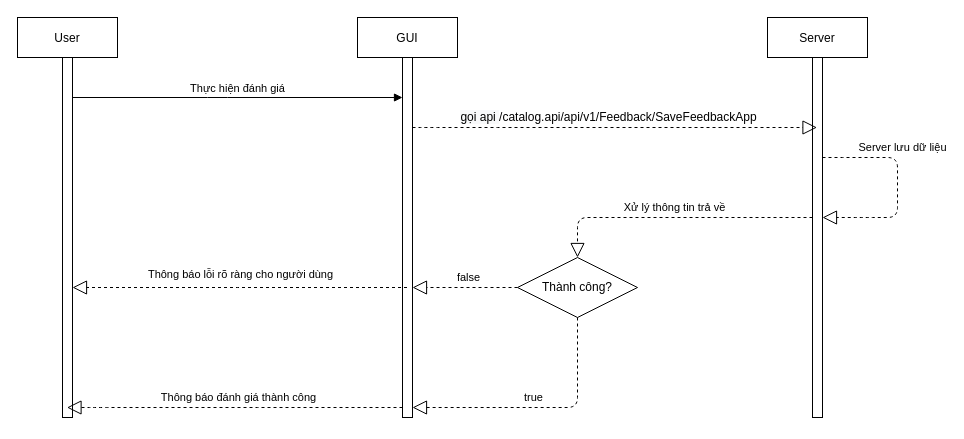
Alars99/diagram keeps this draw.io diagram as page "Rating" (4 of 4) of OrderManagement Diagram.drawio. Above is the earlier version. Source tidied: cells renumbered, new cells numbered last; positions are measured from the earlier drawing's top-left corner, leaving out a move shared by most shapes. Both pictures are drawn from the tidied source at 100%, with x=0, y=0 at pixel (17, 17).
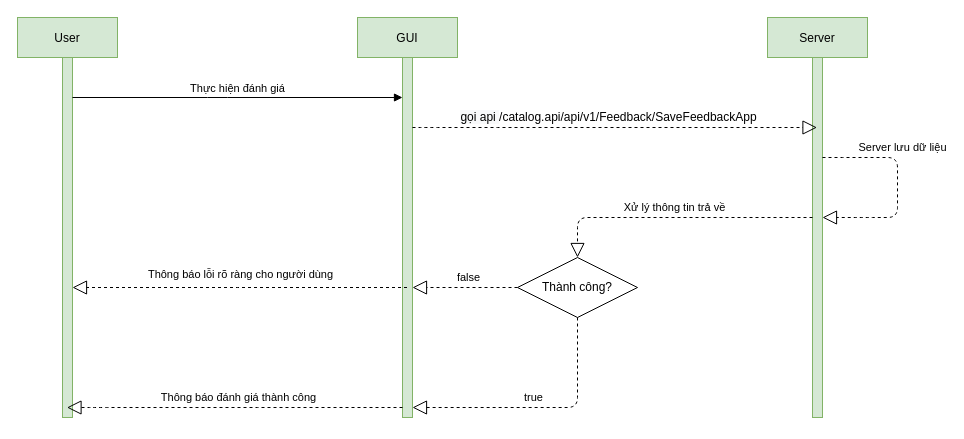
Above is the later version.

The edit, as a diff of the source:
```diff
@@
-    <mxCell id="2" value="User" style="shape=umlLifeline;perimeter=lifelinePerimeter;rounded=0;shadow=0;strokeWidth=1;" parent="1" vertex="1">
+    <mxCell id="2" value="User" style="shape=umlLifeline;perimeter=lifelinePerimeter;rounded=0;shadow=0;strokeWidth=1;fillColor=#d5e8d4;strokeColor=#82b366;" parent="1" vertex="1">
       <mxGeometry width="100" height="400" as="geometry" />
     </mxCell>
-    <mxCell id="3" style="points=[];perimeter=orthogonalPerimeter;rounded=0;shadow=0;strokeWidth=1;" parent="2" vertex="1">
+    <mxCell id="3" style="points=[];perimeter=orthogonalPerimeter;rounded=0;shadow=0;strokeWidth=1;fillColor=#d5e8d4;strokeColor=#82b366;" parent="2" vertex="1">
       <mxGeometry x="45" y="40" width="10" height="360" as="geometry" />
     </mxCell>
-    <mxCell id="4" value="GUI" style="shape=umlLifeline;perimeter=lifelinePerimeter;rounded=0;shadow=0;strokeWidth=1;" parent="1" vertex="1">
+    <mxCell id="4" value="GUI" style="shape=umlLifeline;perimeter=lifelinePerimeter;rounded=0;shadow=0;strokeWidth=1;fillColor=#d5e8d4;strokeColor=#82b366;" parent="1" vertex="1">
       <mxGeometry x="340" width="100" height="400" as="geometry" />
     </mxCell>
-    <mxCell id="5" style="points=[];perimeter=orthogonalPerimeter;rounded=0;shadow=0;strokeWidth=1;" parent="4" vertex="1">
+    <mxCell id="5" style="points=[];perimeter=orthogonalPerimeter;rounded=0;shadow=0;strokeWidth=1;fillColor=#d5e8d4;strokeColor=#82b366;" parent="4" vertex="1">
       <mxGeometry x="45" y="40" width="10" height="360" as="geometry" />
     </mxCell>
-    <mxCell id="6" value="Server" style="shape=umlLifeline;perimeter=lifelinePerimeter;rounded=0;shadow=0;strokeWidth=1;" parent="1" vertex="1">
+    <mxCell id="6" value="Server" style="shape=umlLifeline;perimeter=lifelinePerimeter;rounded=0;shadow=0;strokeWidth=1;fillColor=#d5e8d4;strokeColor=#82b366;" parent="1" vertex="1">
       <mxGeometry x="750" width="100" height="400" as="geometry" />
     </mxCell>
-    <mxCell id="7" style="points=[];perimeter=orthogonalPerimeter;rounded=0;shadow=0;strokeWidth=1;" parent="6" vertex="1">
+    <mxCell id="7" style="points=[];perimeter=orthogonalPerimeter;rounded=0;shadow=0;strokeWidth=1;fillColor=#d5e8d4;strokeColor=#82b366;" parent="6" vertex="1">
       <mxGeometry x="45" y="40" width="10" height="360" as="geometry" />
     </mxCell>
```
